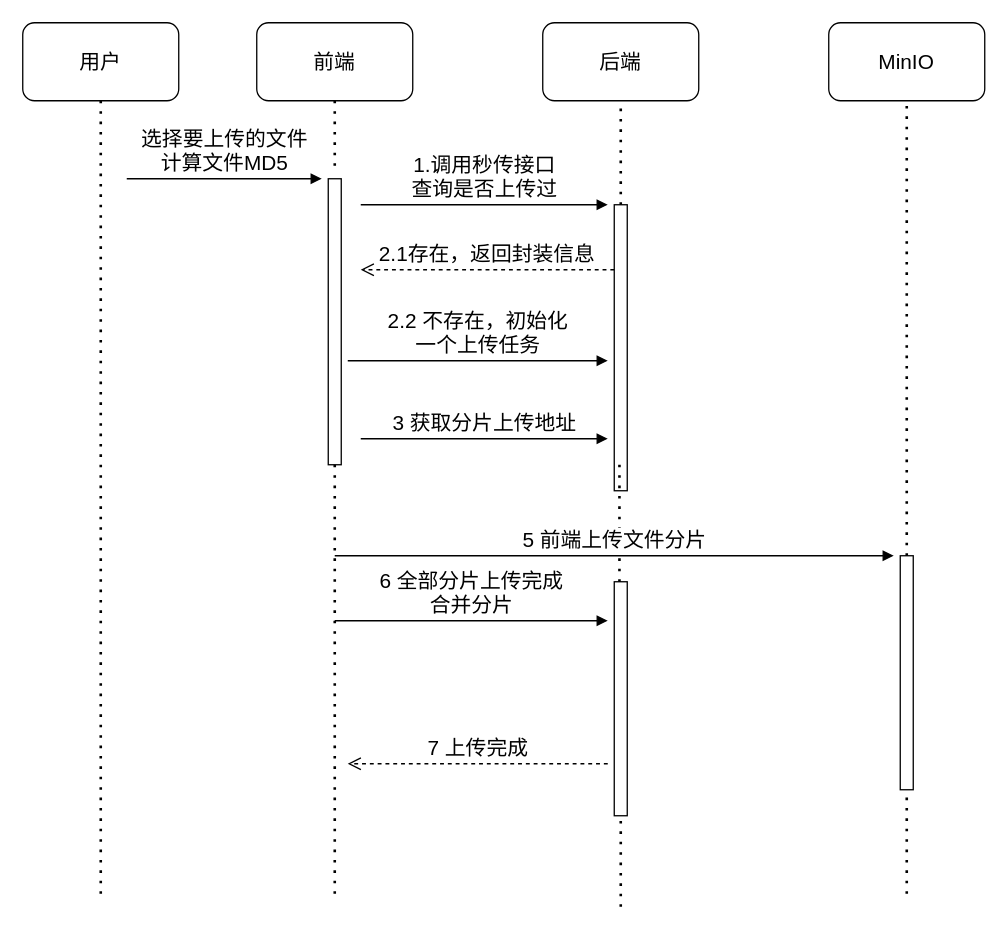
Above: 前端直接传输到MinIO交互时序图.drawio in ChengziMao/diagrams (draw.io), before the change. Source tidied: cells renumbered, new cells numbered last; positions are measured from the earlier drawing's top-left corner, leaving out a move shared by most shapes. Both pictures are drawn from the tidied source at 130%, with x=0, y=0 at pixel (22, 22).
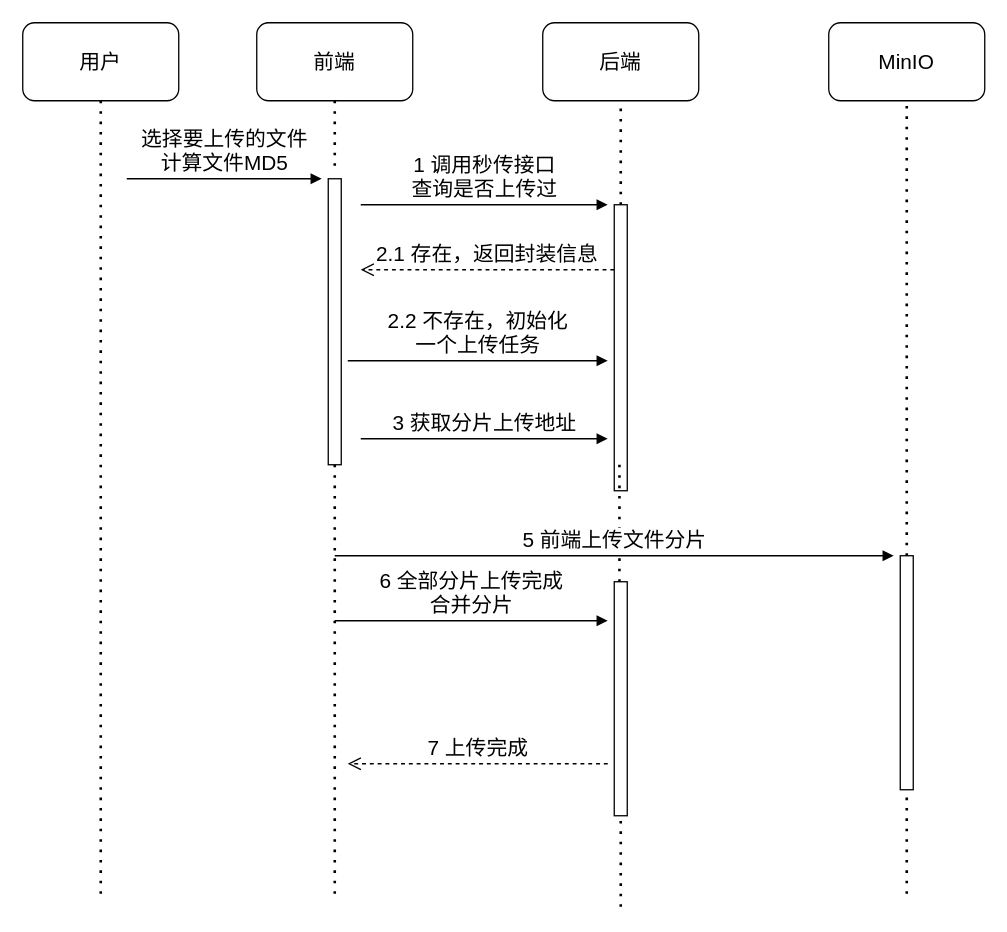
Above is the later version.

Commit message (it also covers changes not shown here):
更新前端直接传输到MinIO交互时序图.drawio

The change refers to these unchanged cells:
```xml
<mxCell id="8" style="html=1;points=[[0,0,0,0,5],[0,1,0,0,-5],[1,0,0,0,5],[1,1,0,0,-5]];perimeter=orthogonalPerimeter;outlineConnect=0;targetShapes=umlLifeline;portConstraint=eastwest;newEdgeStyle={&quot;curved&quot;:0,&quot;rounded&quot;:0};fontSize=16;" parent="1" vertex="1">
  <mxGeometry x="455" y="140" width="10" height="220" as="geometry" />
</mxCell>
```

Change to the diagram source:
```diff
@@
-    <mxCell id="19" value="&lt;font style=&quot;vertical-align: inherit;&quot; class=&quot;notranslate fyzs-translate-target fyzs-translate-target-wrapper&quot;&gt;&lt;font style=&quot;vertical-align: inherit;&quot; class=&quot;notranslate fyzs-translate-target fyzs-translate-target-box&quot;&gt;&lt;font style=&quot;vertical-align: inherit;&quot; title=&quot;dispatch&quot; class=&quot;notranslate fyzs-translate-target fyzs-translate-target-text&quot;&gt;1.调用秒传接口&lt;br&gt;查询是否上传过&lt;/font&gt;&lt;/font&gt;&lt;/font&gt;" style="html=1;verticalAlign=bottom;endArrow=block;curved=0;rounded=0;fontSize=16;" parent="1" edge="1">
+    <mxCell id="19" value="&lt;font style=&quot;vertical-align: inherit;&quot; class=&quot;notranslate fyzs-translate-target fyzs-translate-target-wrapper&quot;&gt;&lt;font style=&quot;vertical-align: inherit;&quot; class=&quot;notranslate fyzs-translate-target fyzs-translate-target-box&quot;&gt;&lt;font style=&quot;vertical-align: inherit;&quot; title=&quot;dispatch&quot; class=&quot;notranslate fyzs-translate-target fyzs-translate-target-text&quot;&gt;1 调用秒传接口&lt;br&gt;查询是否上传过&lt;/font&gt;&lt;/font&gt;&lt;/font&gt;" style="html=1;verticalAlign=bottom;endArrow=block;curved=0;rounded=0;fontSize=16;" parent="1" edge="1">
       <mxGeometry relative="1" as="geometry">
         <mxPoint x="260" y="140" as="sourcePoint" />
         <mxPoint x="450" y="140" as="targetPoint" />
       </mxGeometry>
     </mxCell>
-    <mxCell id="20" value="&lt;font style=&quot;vertical-align: inherit;&quot; class=&quot;notranslate fyzs-translate-target fyzs-translate-target-wrapper&quot;&gt;&lt;font style=&quot;vertical-align: inherit;&quot; class=&quot;notranslate fyzs-translate-target fyzs-translate-target-box&quot;&gt;&lt;font style=&quot;vertical-align: inherit;&quot; title=&quot;return&quot; class=&quot;notranslate fyzs-translate-target fyzs-translate-target-text&quot;&gt;2.1存在，返回封装信息&lt;/font&gt;&lt;/font&gt;&lt;/font&gt;" style="html=1;verticalAlign=bottom;endArrow=open;dashed=1;endSize=8;curved=0;rounded=0;fontSize=16;" parent="1" edge="1" source="8">
+    <mxCell id="20" value="&lt;font style=&quot;vertical-align: inherit;&quot; class=&quot;notranslate fyzs-translate-target fyzs-translate-target-wrapper&quot;&gt;&lt;font style=&quot;vertical-align: inherit;&quot; class=&quot;notranslate fyzs-translate-target fyzs-translate-target-box&quot;&gt;&lt;font style=&quot;vertical-align: inherit;&quot; title=&quot;return&quot; class=&quot;notranslate fyzs-translate-target fyzs-translate-target-text&quot;&gt;2.1 存在，返回封装信息&lt;/font&gt;&lt;/font&gt;&lt;/font&gt;" style="html=1;verticalAlign=bottom;endArrow=open;dashed=1;endSize=8;curved=0;rounded=0;fontSize=16;" parent="1" edge="1" source="8">
       <mxGeometry x="0.01" relative="1" as="geometry">
         <mxPoint x="260" y="190" as="targetPoint" />
       </mxGeometry>
     </mxCell>
```
